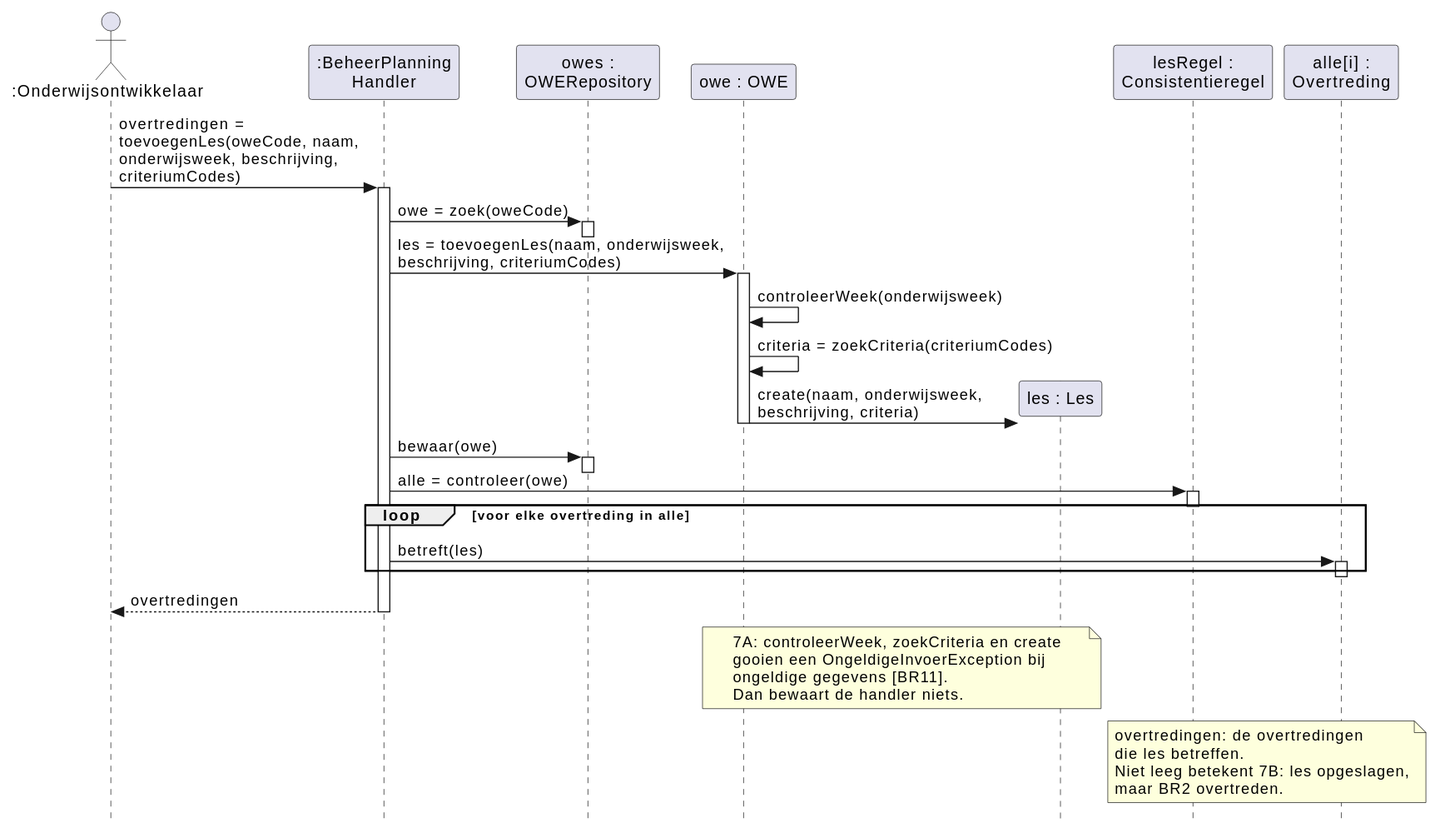
Above: docs/diagrams/sd-uc04-toevoegenles.svg in HAN-Craftsmanship-KL-JJG/casus (PlantUML), before the change.
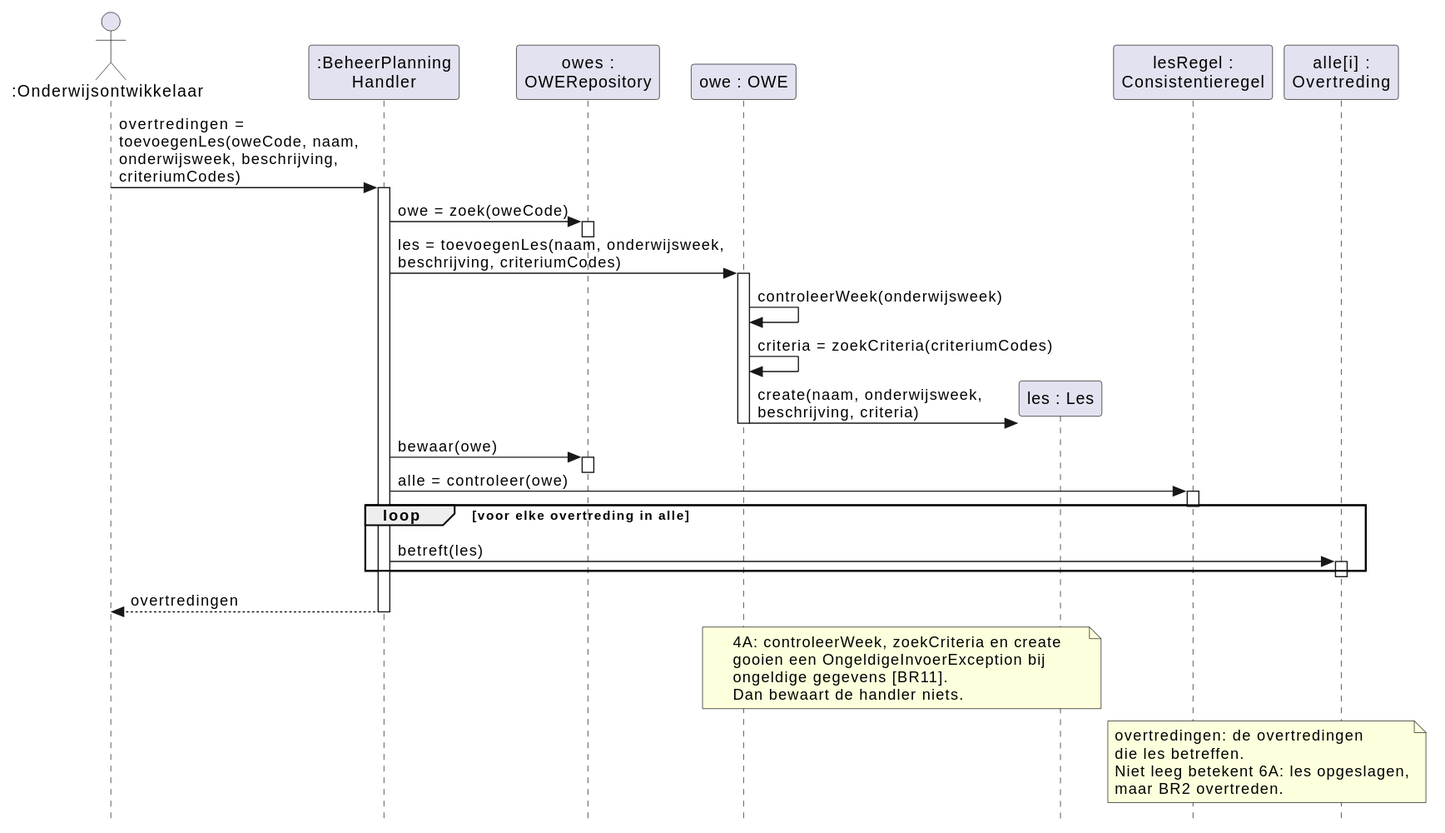
After the commit.

The edit, as a diff of the source:
```diff
@@ -38,7 +38,7 @@
 handler --> ontwikkelaar : overtredingen
 deactivate handler
 note over owe, les
-  7A: controleerWeek, zoekCriteria en create
+  4A: controleerWeek, zoekCriteria en create
   gooien een OngeldigeInvoerException bij
   ongeldige gegevens [BR11].
   Dan bewaart de handler niets.
@@ -46,7 +46,7 @@
 note over regel, overtreding
   overtredingen: de overtredingen
   die les betreffen.
-  Niet leeg betekent 7B: les opgeslagen,
+  Niet leeg betekent 6A: les opgeslagen,
   maar BR2 overtreden.
 end note
 @enduml
```
